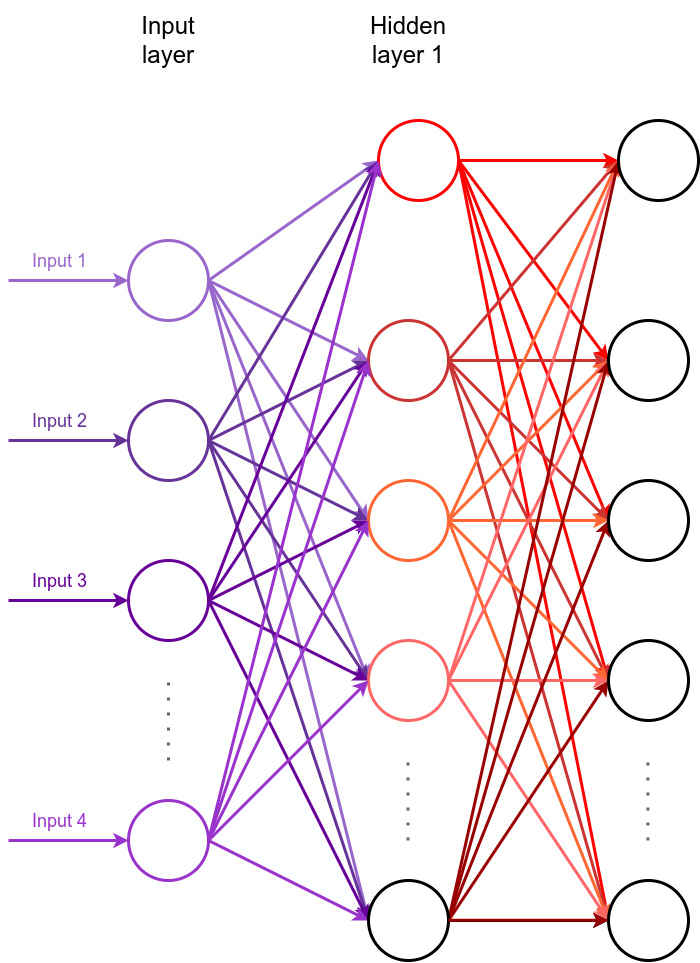
Above: diagrams/ann_example.drawio.png in ryndovaira-org/data_science_lectures (draw.io), before the change. Source tidied: cells renumbered, new cells last; positions are measured from the earlier drawing's top-left corner, leaving out a move shared by most shapes.
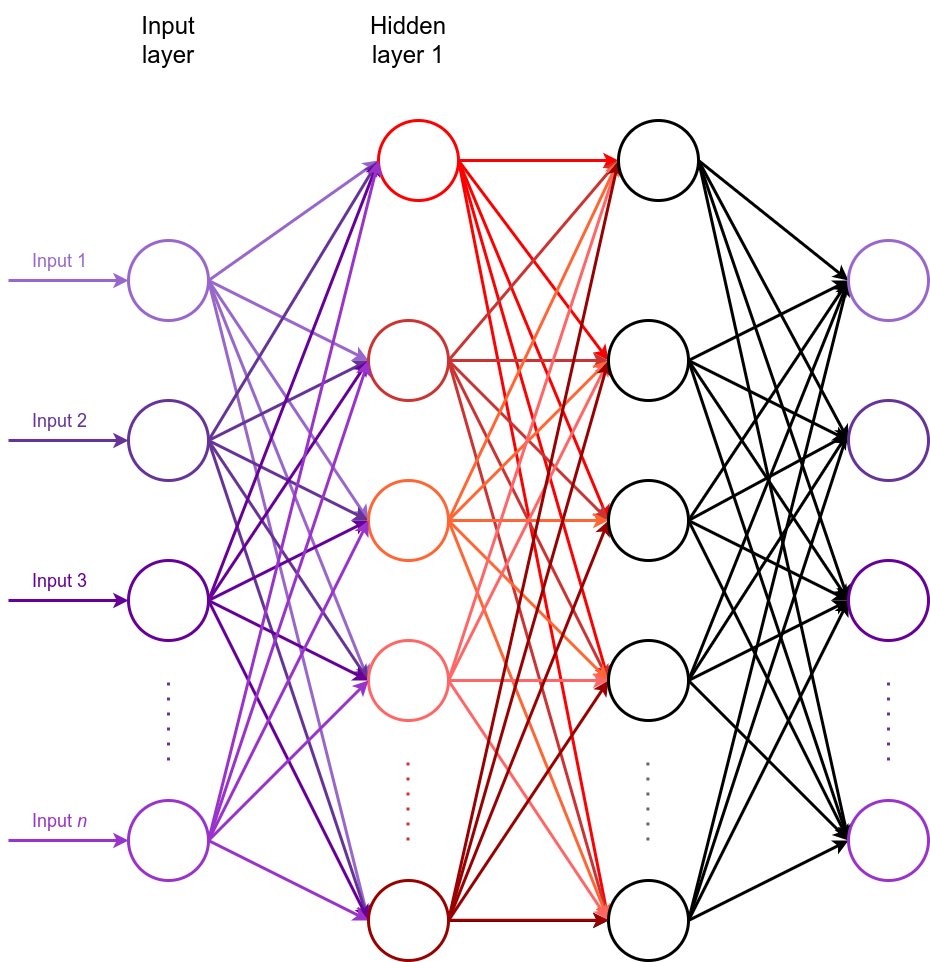
Above is the later version.

What changed in the source:
```diff
@@ -182,7 +182,7 @@
         <mxPoint y="840" as="sourcePoint" />
       </mxGeometry>
     </mxCell>
-    <mxCell id="56" value="&lt;font style=&quot;font-size: 18px;&quot;&gt;Input 4&lt;/font&gt;" style="edgeLabel;html=1;align=center;verticalAlign=middle;strokeColor=#33FFFF;fontColor=#9933CC;fontSize=18;" parent="55" vertex="1">
+    <mxCell id="56" value="&lt;font style=&quot;font-size: 18px;&quot;&gt;Input &lt;i&gt;n&lt;/i&gt;&lt;/font&gt;" style="edgeLabel;html=1;align=center;verticalAlign=middle;strokeColor=#33FFFF;fontColor=#9933CC;fontSize=18;" parent="55" vertex="1">
       <mxGeometry x="0.22" relative="1" as="geometry">
         <mxPoint x="-23" y="-20" as="offset" />
       </mxGeometry>
@@ -202,7 +202,7 @@
     <mxCell id="61" style="edgeStyle=none;rounded=0;jettySize=auto;html=1;exitX=1;exitY=0.5;exitDx=0;exitDy=0;entryX=0;entryY=0.5;entryDx=0;entryDy=0;strokeWidth=3;strokeColor=#990000;" parent="1" edge="1" source="62" target="67">
       <mxGeometry relative="1" as="geometry" />
     </mxCell>
-    <mxCell id="62" style="ellipse;whiteSpace=wrap;html=1;fontSize=18;strokeWidth=3;" parent="1" vertex="1">
+    <mxCell id="62" style="ellipse;whiteSpace=wrap;html=1;fontSize=18;strokeWidth=3;strokeColor=#990000;" parent="1" vertex="1">
       <mxGeometry x="360" y="880" width="80" height="80" as="geometry" />
     </mxCell>
     <mxCell id="63" value="Input layer" style="rounded=0;whiteSpace=wrap;html=1;strokeColor=none;fillColor=none;fontSize=24;" parent="1" vertex="1">
@@ -211,30 +211,98 @@
     <mxCell id="64" value="Hidden layer 1" style="rounded=0;whiteSpace=wrap;html=1;strokeColor=none;fillColor=none;fontSize=24;" parent="1" vertex="1">
       <mxGeometry x="360" width="80" height="80" as="geometry" />
     </mxCell>
-    <mxCell id="65" style="endArrow=none;html=1;strokeWidth=3;fontSize=14;startArrow=none;startFill=0;rounded=0;dashed=1;dashPattern=1 4;strokeColor=#666666;" parent="1" edge="1">
+    <mxCell id="65" style="endArrow=none;html=1;strokeWidth=3;fontSize=14;startArrow=none;startFill=0;rounded=0;dashed=1;dashPattern=1 4;strokeColor=#663399;" parent="1" edge="1">
       <mxGeometry relative="1" as="geometry">
         <mxPoint x="160" y="760" as="sourcePoint" />
         <mxPoint x="160" y="680" as="targetPoint" />
       </mxGeometry>
     </mxCell>
-    <mxCell id="66" style="endArrow=none;html=1;strokeWidth=3;fontSize=14;startArrow=none;startFill=0;rounded=0;dashed=1;dashPattern=1 4;strokeColor=#666666;" parent="1" edge="1">
+    <mxCell id="66" style="endArrow=none;html=1;strokeWidth=3;fontSize=14;startArrow=none;startFill=0;rounded=0;dashed=1;dashPattern=1 4;strokeColor=#CC3333;" parent="1" edge="1">
       <mxGeometry relative="1" as="geometry">
         <mxPoint x="399.5" y="840" as="sourcePoint" />
         <mxPoint x="399.5" y="760" as="targetPoint" />
       </mxGeometry>
     </mxCell>
+    <mxCell id="74" style="edgeStyle=none;rounded=0;jettySize=auto;html=1;exitX=1;exitY=0.5;exitDx=0;exitDy=0;entryX=0;entryY=0.5;entryDx=0;entryDy=0;entryPerimeter=0;strokeWidth=3;" parent="1" edge="1" source="67" target="94">
+      <mxGeometry relative="1" as="geometry" />
+    </mxCell>
+    <mxCell id="75" style="edgeStyle=none;rounded=0;jettySize=auto;html=1;exitX=1;exitY=0.5;exitDx=0;exitDy=0;entryX=0;entryY=0.5;entryDx=0;entryDy=0;strokeWidth=3;" parent="1" edge="1" source="67" target="95">
+      <mxGeometry relative="1" as="geometry" />
+    </mxCell>
+    <mxCell id="76" style="edgeStyle=none;rounded=0;jettySize=auto;html=1;exitX=1;exitY=0.5;exitDx=0;exitDy=0;entryX=0;entryY=0.5;entryDx=0;entryDy=0;strokeWidth=3;" parent="1" edge="1" source="67" target="96">
+      <mxGeometry relative="1" as="geometry" />
+    </mxCell>
+    <mxCell id="77" style="edgeStyle=none;rounded=0;jettySize=auto;html=1;exitX=1;exitY=0.5;exitDx=0;exitDy=0;entryX=0;entryY=0.5;entryDx=0;entryDy=0;strokeWidth=3;" parent="1" edge="1" source="67" target="97">
+      <mxGeometry relative="1" as="geometry" />
+    </mxCell>
     <mxCell id="67" style="ellipse;whiteSpace=wrap;html=1;fontSize=18;strokeWidth=3;" parent="1" vertex="1">
       <mxGeometry x="610" y="120" width="80" height="80" as="geometry" />
     </mxCell>
+    <mxCell id="78" style="edgeStyle=none;rounded=0;jettySize=auto;html=1;exitX=1;exitY=0.5;exitDx=0;exitDy=0;entryX=0;entryY=0.5;entryDx=0;entryDy=0;strokeWidth=3;" parent="1" edge="1" source="68" target="95">
+      <mxGeometry relative="1" as="geometry" />
+    </mxCell>
+    <mxCell id="79" style="edgeStyle=none;rounded=0;jettySize=auto;html=1;exitX=1;exitY=0.5;exitDx=0;exitDy=0;strokeWidth=3;" parent="1" edge="1" source="68">
+      <mxGeometry relative="1" as="geometry">
+        <mxPoint x="840" y="280" as="targetPoint" />
+      </mxGeometry>
+    </mxCell>
+    <mxCell id="80" style="edgeStyle=none;rounded=0;jettySize=auto;html=1;exitX=1;exitY=0.5;exitDx=0;exitDy=0;entryX=0;entryY=0.5;entryDx=0;entryDy=0;strokeWidth=3;" parent="1" edge="1" source="68" target="96">
+      <mxGeometry relative="1" as="geometry" />
+    </mxCell>
+    <mxCell id="81" style="edgeStyle=none;rounded=0;jettySize=auto;html=1;exitX=1;exitY=0.5;exitDx=0;exitDy=0;entryX=0;entryY=0.5;entryDx=0;entryDy=0;strokeWidth=3;" parent="1" edge="1" source="68" target="97">
+      <mxGeometry relative="1" as="geometry" />
+    </mxCell>
     <mxCell id="68" style="ellipse;whiteSpace=wrap;html=1;fontSize=18;strokeWidth=3;" parent="1" vertex="1">
       <mxGeometry x="600" y="320" width="80" height="80" as="geometry" />
     </mxCell>
+    <mxCell id="82" style="edgeStyle=none;rounded=0;jettySize=auto;html=1;exitX=1;exitY=0.5;exitDx=0;exitDy=0;entryX=0;entryY=0.5;entryDx=0;entryDy=0;entryPerimeter=0;strokeWidth=3;" parent="1" edge="1" source="69" target="94">
+      <mxGeometry relative="1" as="geometry" />
+    </mxCell>
+    <mxCell id="83" style="edgeStyle=none;rounded=0;jettySize=auto;html=1;exitX=1;exitY=0.5;exitDx=0;exitDy=0;entryX=0.03;entryY=0.402;entryDx=0;entryDy=0;entryPerimeter=0;strokeWidth=3;" parent="1" edge="1" source="69" target="95">
+      <mxGeometry relative="1" as="geometry" />
+    </mxCell>
+    <mxCell id="84" style="edgeStyle=none;rounded=0;jettySize=auto;html=1;exitX=1;exitY=0.5;exitDx=0;exitDy=0;entryX=0;entryY=0.5;entryDx=0;entryDy=0;strokeWidth=3;" parent="1" edge="1" source="69" target="96">
+      <mxGeometry relative="1" as="geometry" />
+    </mxCell>
+    <mxCell id="85" style="edgeStyle=none;rounded=0;jettySize=auto;html=1;exitX=1;exitY=0.5;exitDx=0;exitDy=0;entryX=0;entryY=0.5;entryDx=0;entryDy=0;strokeWidth=3;" parent="1" edge="1" source="69" target="97">
+      <mxGeometry relative="1" as="geometry" />
+    </mxCell>
     <mxCell id="69" style="ellipse;whiteSpace=wrap;html=1;fontSize=18;strokeWidth=3;" parent="1" vertex="1">
       <mxGeometry x="600" y="480" width="80" height="80" as="geometry" />
     </mxCell>
+    <mxCell id="86" style="edgeStyle=none;rounded=0;jettySize=auto;html=1;exitX=1;exitY=0.5;exitDx=0;exitDy=0;entryX=0;entryY=0.5;entryDx=0;entryDy=0;strokeWidth=3;" parent="1" edge="1" source="70" target="96">
+      <mxGeometry relative="1" as="geometry" />
+    </mxCell>
+    <mxCell id="87" style="edgeStyle=none;rounded=0;jettySize=auto;html=1;exitX=1;exitY=0.5;exitDx=0;exitDy=0;entryX=-0.01;entryY=0.412;entryDx=0;entryDy=0;entryPerimeter=0;strokeWidth=3;" parent="1" edge="1" source="70" target="95">
+      <mxGeometry relative="1" as="geometry" />
+    </mxCell>
+    <mxCell id="88" style="edgeStyle=none;rounded=0;jettySize=auto;html=1;exitX=1;exitY=0.5;exitDx=0;exitDy=0;strokeWidth=3;" parent="1" edge="1" source="70">
+      <mxGeometry relative="1" as="geometry">
+        <mxPoint x="840" y="280" as="targetPoint" />
+      </mxGeometry>
+    </mxCell>
+    <mxCell id="89" style="edgeStyle=none;rounded=0;jettySize=auto;html=1;exitX=1;exitY=0.5;exitDx=0;exitDy=0;entryX=0;entryY=0.5;entryDx=0;entryDy=0;strokeWidth=3;" parent="1" edge="1" source="70" target="97">
+      <mxGeometry relative="1" as="geometry" />
+    </mxCell>
     <mxCell id="70" style="ellipse;whiteSpace=wrap;html=1;fontSize=18;strokeWidth=3;" parent="1" vertex="1">
       <mxGeometry x="600" y="640" width="80" height="80" as="geometry" />
     </mxCell>
+    <mxCell id="90" style="edgeStyle=none;rounded=0;jettySize=auto;html=1;exitX=1;exitY=0.5;exitDx=0;exitDy=0;entryX=0;entryY=0.5;entryDx=0;entryDy=0;strokeWidth=3;" parent="1" edge="1" source="71" target="97">
+      <mxGeometry relative="1" as="geometry" />
+    </mxCell>
+    <mxCell id="91" style="edgeStyle=none;rounded=0;jettySize=auto;html=1;exitX=1;exitY=0.5;exitDx=0;exitDy=0;entryX=0;entryY=0.5;entryDx=0;entryDy=0;strokeWidth=3;" parent="1" edge="1" source="71" target="96">
+      <mxGeometry relative="1" as="geometry" />
+    </mxCell>
+    <mxCell id="92" style="edgeStyle=none;rounded=0;jettySize=auto;html=1;exitX=1;exitY=0.5;exitDx=0;exitDy=0;strokeWidth=3;" parent="1" edge="1" source="71">
+      <mxGeometry relative="1" as="geometry">
+        <mxPoint x="840" y="430" as="targetPoint" />
+      </mxGeometry>
+    </mxCell>
+    <mxCell id="93" style="edgeStyle=none;rounded=0;jettySize=auto;html=1;exitX=1;exitY=0.5;exitDx=0;exitDy=0;strokeWidth=3;" parent="1" edge="1" source="71">
+      <mxGeometry relative="1" as="geometry">
+        <mxPoint x="840" y="280" as="targetPoint" />
+      </mxGeometry>
+    </mxCell>
     <mxCell id="71" style="ellipse;whiteSpace=wrap;html=1;fontSize=18;strokeWidth=3;" parent="1" vertex="1">
       <mxGeometry x="600" y="880" width="80" height="80" as="geometry" />
     </mxCell>
@@ -250,5 +318,23 @@
         <mxPoint x="600" y="919.8" as="targetPoint" />
       </mxGeometry>
     </mxCell>
+    <mxCell id="94" style="ellipse;whiteSpace=wrap;html=1;points=[[0,0.5,0,0,0],[1,0.5,0,0,0]];strokeColor=#9966CC;fontSize=18;strokeWidth=3;fontColor=#9966CC;" parent="1" vertex="1">
+      <mxGeometry x="840" y="240" width="80" height="80" as="geometry" />
+    </mxCell>
+    <mxCell id="95" style="ellipse;whiteSpace=wrap;html=1;strokeColor=#663399;fontSize=18;strokeWidth=3;" parent="1" vertex="1">
+      <mxGeometry x="840" y="400" width="80" height="80" as="geometry" />
+    </mxCell>
+    <mxCell id="96" style="ellipse;whiteSpace=wrap;html=1;strokeColor=#660099;fontSize=18;strokeWidth=3;" parent="1" vertex="1">
+      <mxGeometry x="840" y="560" width="80" height="80" as="geometry" />
+    </mxCell>
+    <mxCell id="97" style="ellipse;whiteSpace=wrap;html=1;strokeColor=#9933CC;fontSize=18;strokeWidth=3;fontColor=#9933CC;" parent="1" vertex="1">
+      <mxGeometry x="840" y="800" width="80" height="80" as="geometry" />
+    </mxCell>
+    <mxCell id="98" style="endArrow=none;html=1;strokeWidth=3;fontSize=14;startArrow=none;startFill=0;rounded=0;dashed=1;dashPattern=1 4;strokeColor=#663399;" parent="1" edge="1">
+      <mxGeometry relative="1" as="geometry">
+        <mxPoint x="880" y="760" as="sourcePoint" />
+        <mxPoint x="880" y="680" as="targetPoint" />
+      </mxGeometry>
+    </mxCell>
   </root>
 </mxGraphModel>
```
